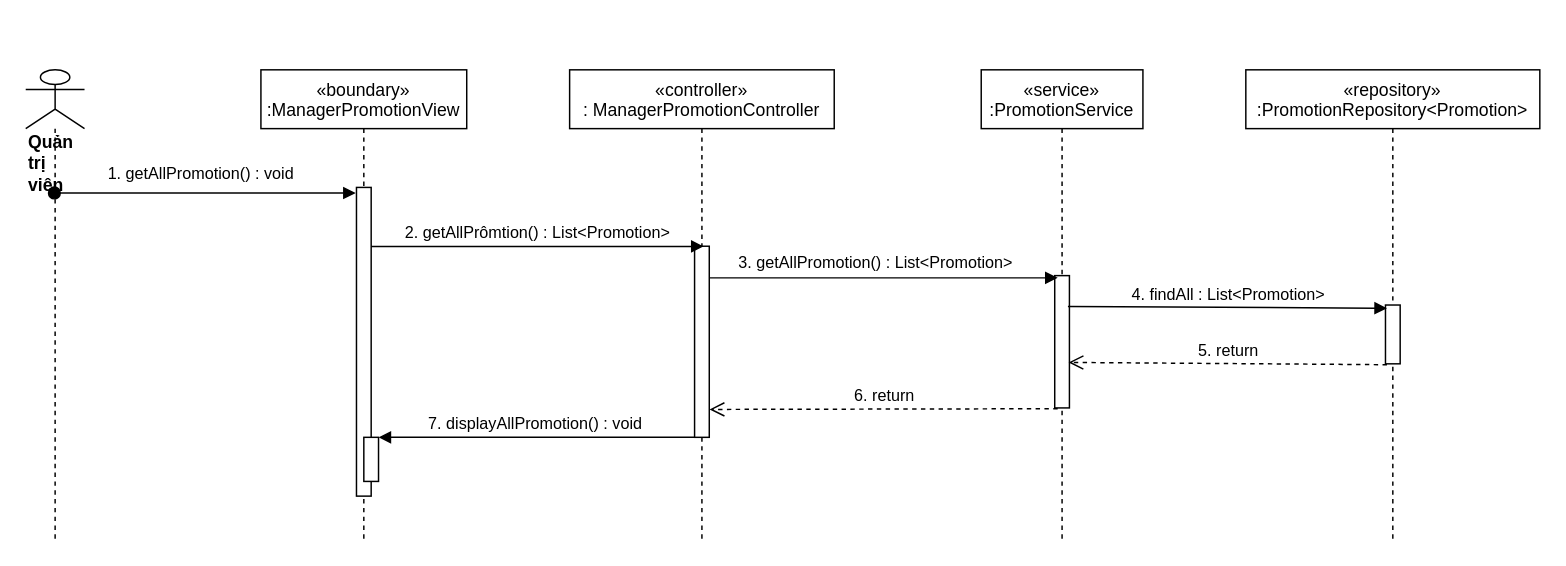
Above: sequence diagram/view-promotions-manager-sequence.drawio in nguyenphamvan/datn_20202 (draw.io), before the change. Source tidied: cells renumbered, new cells numbered last; positions are measured from the earlier drawing's top-left corner, leaving out a move shared by most shapes. Both pictures are drawn from the tidied source at 147%, with x=0, y=0 at pixel (25, 69).
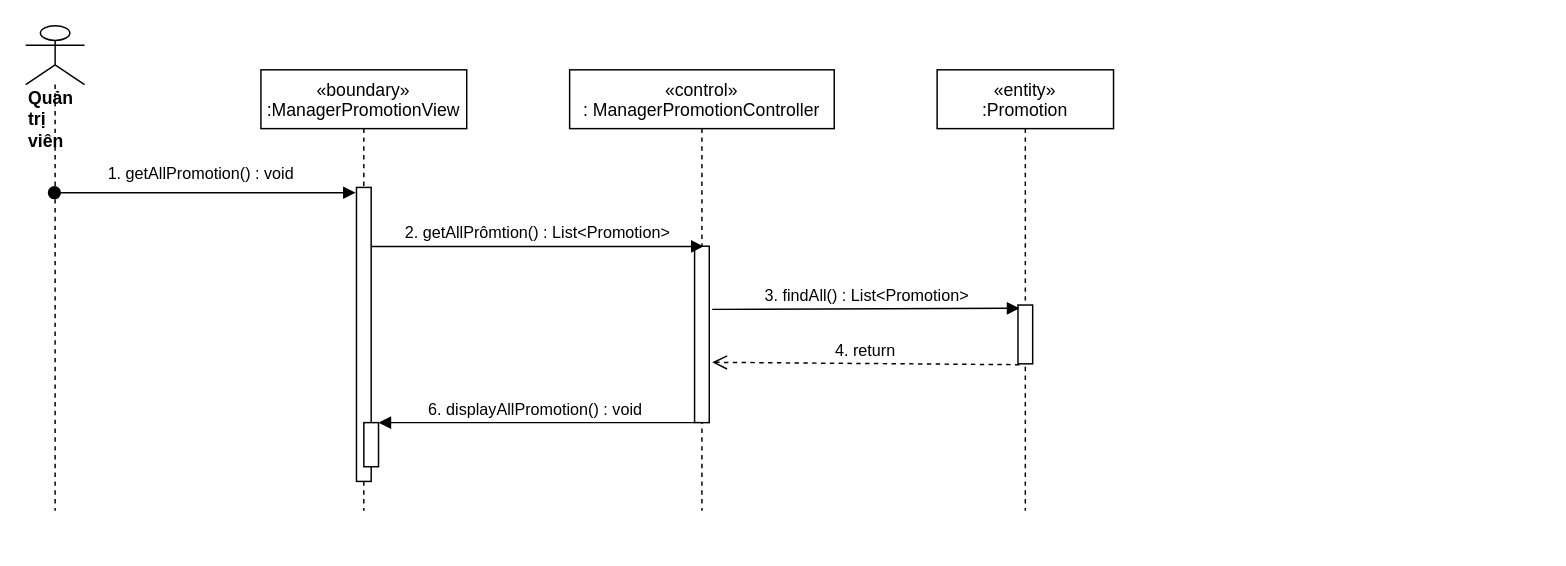
The same diagram, later.

Diff of the diagram source:
```diff
@@
     <mxCell id="2" value="«boundary»&#10;:ManagerPromotionView" style="shape=umlLifeline;perimeter=lifelinePerimeter;rounded=0;shadow=0;strokeWidth=1;" parent="1" vertex="1">
-      <mxGeometry x="160" width="140" height="320" as="geometry" />
+      <mxGeometry x="160" width="140" height="300" as="geometry" />
     </mxCell>
     <mxCell id="3" style="points=[];perimeter=orthogonalPerimeter;rounded=0;shadow=0;strokeWidth=1;" parent="2" vertex="1">
-      <mxGeometry x="65" y="80" width="10" height="210" as="geometry" />
+      <mxGeometry x="65" y="80" width="10" height="200" as="geometry" />
     </mxCell>
     <mxCell id="4" style="html=1;points=[];perimeter=orthogonalPerimeter;" parent="2" vertex="1">
-      <mxGeometry x="70" y="250" width="10" height="30" as="geometry" />
+      <mxGeometry x="70" y="240" width="10" height="30" as="geometry" />
     </mxCell>
-    <mxCell id="5" value="«controller»&#10;: ManagerPromotionController" style="shape=umlLifeline;perimeter=lifelinePerimeter;rounded=0;shadow=0;strokeWidth=1;" parent="1" vertex="1">
-      <mxGeometry x="370" width="180" height="320" as="geometry" />
+    <mxCell id="5" value="«control»&#10;: ManagerPromotionController" style="shape=umlLifeline;perimeter=lifelinePerimeter;rounded=0;shadow=0;strokeWidth=1;" parent="1" vertex="1">
+      <mxGeometry x="370" width="180" height="300" as="geometry" />
     </mxCell>
     <mxCell id="6" style="points=[];perimeter=orthogonalPerimeter;rounded=0;shadow=0;strokeWidth=1;" parent="5" vertex="1">
-      <mxGeometry x="85" y="120" width="10" height="130" as="geometry" />
+      <mxGeometry x="85" y="120" width="10" height="120" as="geometry" />
     </mxCell>
     <mxCell id="7" value="&lt;div&gt;&lt;b&gt;Quản trị viên&lt;/b&gt;&lt;/div&gt;" style="shape=umlLifeline;participant=umlActor;perimeter=lifelinePerimeter;whiteSpace=wrap;html=1;verticalAlign=top;spacingTop=36;outlineConnect=0;align=left;size=40;" parent="1" vertex="1">
-      <mxGeometry width="40" height="320" as="geometry" />
+      <mxGeometry y="-30" width="40" height="330" as="geometry" />
     </mxCell>
@@
-    <mxCell id="9" value="«service»&#10;:PromotionService" style="shape=umlLifeline;perimeter=lifelinePerimeter;rounded=0;shadow=0;strokeWidth=1;" parent="1" vertex="1">
-      <mxGeometry x="650" width="110" height="320" as="geometry" />
-    </mxCell>
-    <mxCell id="10" style="points=[];perimeter=orthogonalPerimeter;rounded=0;shadow=0;strokeWidth=1;" parent="9" vertex="1">
-      <mxGeometry x="50" y="140" width="10" height="90" as="geometry" />
-    </mxCell>
@@
-    <mxCell id="12" style="html=1;verticalAlign=bottom;endArrow=block;entryX=0.2;entryY=0.017;entryDx=0;entryDy=0;entryPerimeter=0;" parent="1" edge="1" source="6" target="10">
-      <mxGeometry relative="1" as="geometry" />
-    </mxCell>
-    <mxCell id="13" value="3. getAllPromotion() : List&amp;lt;Promotion&amp;gt;" style="edgeLabel;html=1;align=center;verticalAlign=middle;" parent="12" vertex="1">
-      <mxGeometry x="-0.08" y="4" relative="1" as="geometry">
-        <mxPoint x="3" y="-7" as="offset" />
-      </mxGeometry>
-    </mxCell>
-    <mxCell id="14" value="6. return" style="html=1;verticalAlign=bottom;endArrow=open;dashed=1;endSize=8;exitX=0.2;exitY=1.006;exitDx=0;exitDy=0;exitPerimeter=0;entryX=1.02;entryY=0.854;entryDx=0;entryDy=0;entryPerimeter=0;" parent="1" edge="1" source="10" target="6">
-      <mxGeometry relative="1" as="geometry" />
-    </mxCell>
-    <mxCell id="15" value="7. displayAllPromotion() : void" style="verticalAlign=bottom;endArrow=block;shadow=0;strokeWidth=1;" parent="1" edge="1" source="6" target="4">
+    <mxCell id="15" value="6. displayAllPromotion() : void" style="verticalAlign=bottom;endArrow=block;shadow=0;strokeWidth=1;" parent="1" edge="1" source="6" target="4">
       <mxGeometry relative="1" as="geometry" />
     </mxCell>
-    <mxCell id="16" value="«repository»&#10;:PromotionRepository&lt;Promotion&gt;" style="shape=umlLifeline;perimeter=lifelinePerimeter;rounded=0;shadow=0;strokeWidth=1;" parent="1" vertex="1">
-      <mxGeometry x="830" width="200" height="320" as="geometry" />
+    <mxCell id="16" value="«entity»&#10;:Promotion" style="shape=umlLifeline;perimeter=lifelinePerimeter;rounded=0;shadow=0;strokeWidth=1;" parent="1" vertex="1">
+      <mxGeometry x="620" width="120" height="300" as="geometry" />
     </mxCell>
     <mxCell id="17" style="points=[];perimeter=orthogonalPerimeter;rounded=0;shadow=0;strokeWidth=1;" parent="16" vertex="1">
-      <mxGeometry x="95" y="160" width="10" height="40" as="geometry" />
+      <mxGeometry x="55" y="160" width="10" height="40" as="geometry" />
     </mxCell>
-    <mxCell id="18" value="4. findAll : List&amp;lt;Promotion&amp;gt;" style="html=1;verticalAlign=bottom;endArrow=block;entryX=0.1;entryY=0.055;entryDx=0;entryDy=0;entryPerimeter=0;exitX=0.9;exitY=0.233;exitDx=0;exitDy=0;exitPerimeter=0;" parent="1" edge="1" source="10" target="17">
+    <mxCell id="18" value="3. findAll() : List&amp;lt;Promotion&amp;gt;" style="html=1;verticalAlign=bottom;endArrow=block;entryX=0.1;entryY=0.055;entryDx=0;entryDy=0;entryPerimeter=0;exitX=1.2;exitY=0.358;exitDx=0;exitDy=0;exitPerimeter=0;" parent="1" edge="1" source="6" target="17">
       <mxGeometry relative="1" as="geometry" />
     </mxCell>
-    <mxCell id="19" value="5. return" style="html=1;verticalAlign=bottom;endArrow=open;dashed=1;endSize=8;exitX=0.1;exitY=1.015;exitDx=0;exitDy=0;exitPerimeter=0;entryX=0.94;entryY=0.656;entryDx=0;entryDy=0;entryPerimeter=0;" parent="1" edge="1" source="17" target="10">
+    <mxCell id="19" value="4. return" style="html=1;verticalAlign=bottom;endArrow=open;dashed=1;endSize=8;exitX=0.1;exitY=1.015;exitDx=0;exitDy=0;exitPerimeter=0;entryX=1.2;entryY=0.658;entryDx=0;entryDy=0;entryPerimeter=0;" parent="1" edge="1" source="17" target="6">
       <mxGeometry relative="1" as="geometry" />
     </mxCell>
```
